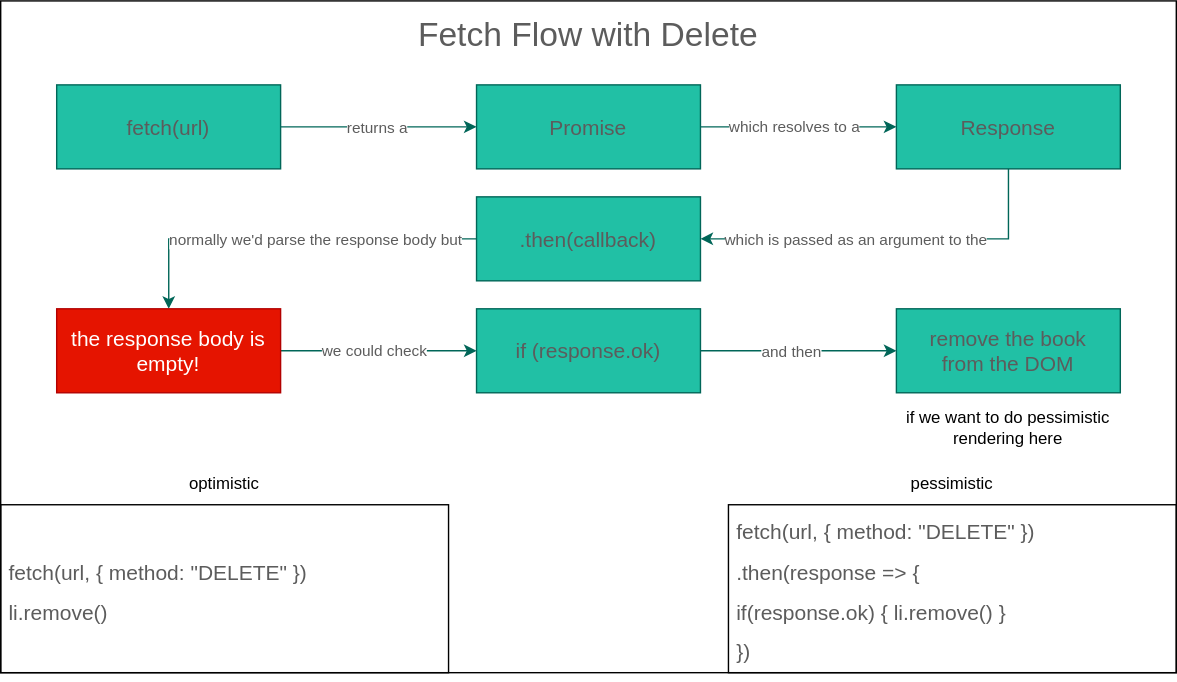
This is 06_PATCH_and_DELETE_Requests/assets/fetch-delete-diagram.drawio.svg from mayowa-aji/SENG-LIVE-112122-Phase-1-JS, a draw.io export, as it was before one commit. Source tidied: cells renumbered, new cells last; positions are measured from the earlier drawing's top-left corner, leaving out a move shared by most shapes. Source of this version:
```xml
<mxGraphModel>
  <root>
    <mxCell id="0" />
    <mxCell id="1" parent="0" />
    <mxCell id="2" style="rounded=0;whiteSpace=wrap;html=1;" parent="1" vertex="1">
      <mxGeometry width="840" height="480" as="geometry" />
    </mxCell>
    <mxCell id="3" style="edgeStyle=orthogonalEdgeStyle;rounded=0;jettySize=auto;html=1;strokeColor=#006658;fontColor=#5C5C5C;fillColor=#21C0A5;" parent="1" edge="1" source="5" target="8">
      <mxGeometry relative="1" as="geometry" />
    </mxCell>
    <mxCell id="4" value="returns a" style="edgeLabel;html=1;align=center;verticalAlign=middle;fontColor=#5C5C5C;" parent="3" vertex="1">
      <mxGeometry x="-0.03" relative="1" as="geometry" />
    </mxCell>
    <mxCell id="5" value="&lt;font style=&quot;font-size: 15px;&quot;&gt;fetch(url)&lt;/font&gt;" style="rounded=0;whiteSpace=wrap;html=1;strokeColor=#006658;fontColor=#5C5C5C;fillColor=#21C0A5;" parent="1" vertex="1">
      <mxGeometry x="40" y="60" width="160" height="60" as="geometry" />
    </mxCell>
    <mxCell id="6" style="edgeStyle=orthogonalEdgeStyle;rounded=0;jettySize=auto;html=1;strokeColor=#006658;fontColor=#5C5C5C;fillColor=#21C0A5;" parent="1" edge="1" source="8" target="11">
      <mxGeometry relative="1" as="geometry" />
    </mxCell>
    <mxCell id="7" value="which resolves to a" style="edgeLabel;html=1;align=center;verticalAlign=middle;fontColor=#5C5C5C;" parent="6" vertex="1">
      <mxGeometry x="-0.05" y="1" relative="1" as="geometry" />
    </mxCell>
    <mxCell id="8" value="&lt;font style=&quot;font-size: 15px;&quot;&gt;Promise&lt;/font&gt;" style="rounded=0;whiteSpace=wrap;html=1;strokeColor=#006658;fontColor=#5C5C5C;fillColor=#21C0A5;" parent="1" vertex="1">
      <mxGeometry x="340" y="60" width="160" height="60" as="geometry" />
    </mxCell>
    <mxCell id="9" style="edgeStyle=orthogonalEdgeStyle;rounded=0;jettySize=auto;html=1;strokeColor=#006658;fontColor=#5C5C5C;fillColor=#21C0A5;" parent="1" edge="1" source="11" target="14">
      <mxGeometry relative="1" as="geometry">
        <Array as="points">
          <mxPoint x="720" y="170" />
        </Array>
      </mxGeometry>
    </mxCell>
    <mxCell id="10" value="which is passed as an argument to the" style="edgeLabel;html=1;align=center;verticalAlign=middle;fontColor=#5C5C5C;" parent="9" vertex="1">
      <mxGeometry x="0.19" relative="1" as="geometry" />
    </mxCell>
    <mxCell id="11" value="&lt;font style=&quot;font-size: 15px;&quot;&gt;Response&lt;/font&gt;" style="rounded=0;whiteSpace=wrap;html=1;strokeColor=#006658;fontColor=#5C5C5C;fillColor=#21C0A5;" parent="1" vertex="1">
      <mxGeometry x="640" y="60" width="160" height="60" as="geometry" />
    </mxCell>
    <mxCell id="12" style="edgeStyle=orthogonalEdgeStyle;rounded=0;jettySize=auto;html=1;strokeColor=#006658;fontColor=#5C5C5C;fillColor=#21C0A5;" parent="1" edge="1" source="14" target="17">
      <mxGeometry relative="1" as="geometry" />
    </mxCell>
    <mxCell id="13" value="normally we'd parse the response body but" style="edgeLabel;html=1;align=center;verticalAlign=middle;fontColor=#5C5C5C;" parent="12" vertex="1">
      <mxGeometry x="-0.14" relative="1" as="geometry" />
    </mxCell>
    <mxCell id="14" value="&lt;font style=&quot;font-size: 15px;&quot;&gt;.then(callback)&lt;/font&gt;" style="rounded=0;whiteSpace=wrap;html=1;strokeColor=#006658;fontColor=#5C5C5C;fillColor=#21C0A5;" parent="1" vertex="1">
      <mxGeometry x="340" y="140" width="160" height="60" as="geometry" />
    </mxCell>
    <mxCell id="15" style="edgeStyle=orthogonalEdgeStyle;rounded=0;jettySize=auto;html=1;strokeColor=#006658;fontColor=#5C5C5C;fillColor=#21C0A5;" parent="1" edge="1" source="17" target="20">
      <mxGeometry relative="1" as="geometry" />
    </mxCell>
    <mxCell id="16" value="we could check&amp;nbsp;" style="edgeLabel;html=1;align=center;verticalAlign=middle;fontColor=#5C5C5C;" parent="15" vertex="1">
      <mxGeometry x="-0.06" y="1" relative="1" as="geometry" />
    </mxCell>
    <mxCell id="17" value="&lt;font style=&quot;font-size: 15px&quot;&gt;the response body is empty!&lt;/font&gt;" style="rounded=0;whiteSpace=wrap;html=1;fillColor=#e51400;fontColor=#ffffff;strokeColor=#B20000;" parent="1" vertex="1">
      <mxGeometry x="40" y="220" width="160" height="60" as="geometry" />
    </mxCell>
    <mxCell id="18" style="edgeStyle=orthogonalEdgeStyle;rounded=0;jettySize=auto;html=1;strokeColor=#006658;fontColor=#5C5C5C;fillColor=#21C0A5;" parent="1" edge="1" source="20" target="21">
      <mxGeometry relative="1" as="geometry" />
    </mxCell>
    <mxCell id="19" value="and then&amp;nbsp;" style="edgeLabel;html=1;align=center;verticalAlign=middle;fontColor=#5C5C5C;" parent="18" vertex="1">
      <mxGeometry x="-0.08" relative="1" as="geometry" />
    </mxCell>
    <mxCell id="20" value="&lt;font style=&quot;font-size: 15px&quot;&gt;if (response.ok)&lt;/font&gt;" style="rounded=0;whiteSpace=wrap;html=1;strokeColor=#006658;fontColor=#5C5C5C;fillColor=#21C0A5;" parent="1" vertex="1">
      <mxGeometry x="340" y="220" width="160" height="60" as="geometry" />
    </mxCell>
    <mxCell id="21" value="&lt;font style=&quot;font-size: 15px&quot;&gt;remove the book &lt;br&gt;from the DOM&lt;/font&gt;" style="rounded=0;whiteSpace=wrap;html=1;strokeColor=#006658;fontColor=#5C5C5C;fillColor=#21C0A5;" parent="1" vertex="1">
      <mxGeometry x="640" y="220" width="160" height="60" as="geometry" />
    </mxCell>
    <mxCell id="22" value="&lt;font style=&quot;font-size: 24px&quot;&gt;Fetch Flow with Delete&lt;/font&gt;" style="text;html=1;strokeColor=none;fillColor=none;align=center;verticalAlign=middle;whiteSpace=wrap;rounded=0;fontSize=15;fontColor=#5C5C5C;" parent="1" vertex="1">
      <mxGeometry width="840" height="50" as="geometry" />
    </mxCell>
    <mxCell id="23" value="&lt;font style=&quot;font-size: 15px&quot;&gt;&lt;br&gt;&amp;nbsp;&amp;nbsp;&lt;br&gt;&lt;br&gt;&lt;br&gt;&lt;/font&gt;" style="text;html=1;strokeColor=default;fillColor=none;align=left;verticalAlign=middle;whiteSpace=wrap;rounded=0;fontSize=24;fontColor=#5C5C5C;perimeterSpacing=2;spacing=6;spacingTop=18;" parent="1" vertex="1">
      <mxGeometry x="520" y="360" width="320" height="120" as="geometry" />
    </mxCell>
    <mxCell id="24" value="&lt;font style=&quot;font-size: 15px&quot;&gt;fetch(url, { method: &quot;DELETE&quot; })&lt;br&gt;&amp;nbsp; .then(response =&amp;gt; {&lt;br&gt;&amp;nbsp; &amp;nbsp; if(response.ok) { li.remove() }&lt;br&gt;&amp;nbsp; })&lt;br&gt;&lt;/font&gt;" style="text;html=1;strokeColor=none;fillColor=none;align=left;verticalAlign=middle;whiteSpace=wrap;rounded=0;fontSize=24;fontColor=#5C5C5C;perimeterSpacing=2;spacing=6;" parent="1" vertex="1">
      <mxGeometry x="520" y="360" width="320" height="120" as="geometry" />
    </mxCell>
    <mxCell id="25" value="if we want to do pessimistic rendering here" style="text;html=1;strokeColor=none;fillColor=none;align=center;verticalAlign=middle;whiteSpace=wrap;rounded=0;" parent="1" vertex="1">
      <mxGeometry x="640" y="290" width="160" height="30" as="geometry" />
    </mxCell>
    <mxCell id="26" value="&lt;font style=&quot;font-size: 15px&quot;&gt;fetch(url, { method: &quot;DELETE&quot; })&lt;br&gt;li.remove()&lt;br&gt;&lt;/font&gt;" style="text;html=1;strokeColor=default;fillColor=none;align=left;verticalAlign=middle;whiteSpace=wrap;rounded=0;fontSize=24;fontColor=#5C5C5C;perimeterSpacing=2;spacing=6;" parent="1" vertex="1">
      <mxGeometry y="360" width="320" height="120" as="geometry" />
    </mxCell>
    <mxCell id="27" value="optimistic" style="text;html=1;strokeColor=none;fillColor=none;align=center;verticalAlign=middle;whiteSpace=wrap;rounded=0;" parent="1" vertex="1">
      <mxGeometry y="330" width="320" height="30" as="geometry" />
    </mxCell>
    <mxCell id="28" value="pessimistic" style="text;html=1;strokeColor=none;fillColor=none;align=center;verticalAlign=middle;whiteSpace=wrap;rounded=0;" parent="1" vertex="1">
      <mxGeometry x="520" y="330" width="320" height="30" as="geometry" />
    </mxCell>
  </root>
</mxGraphModel>
```
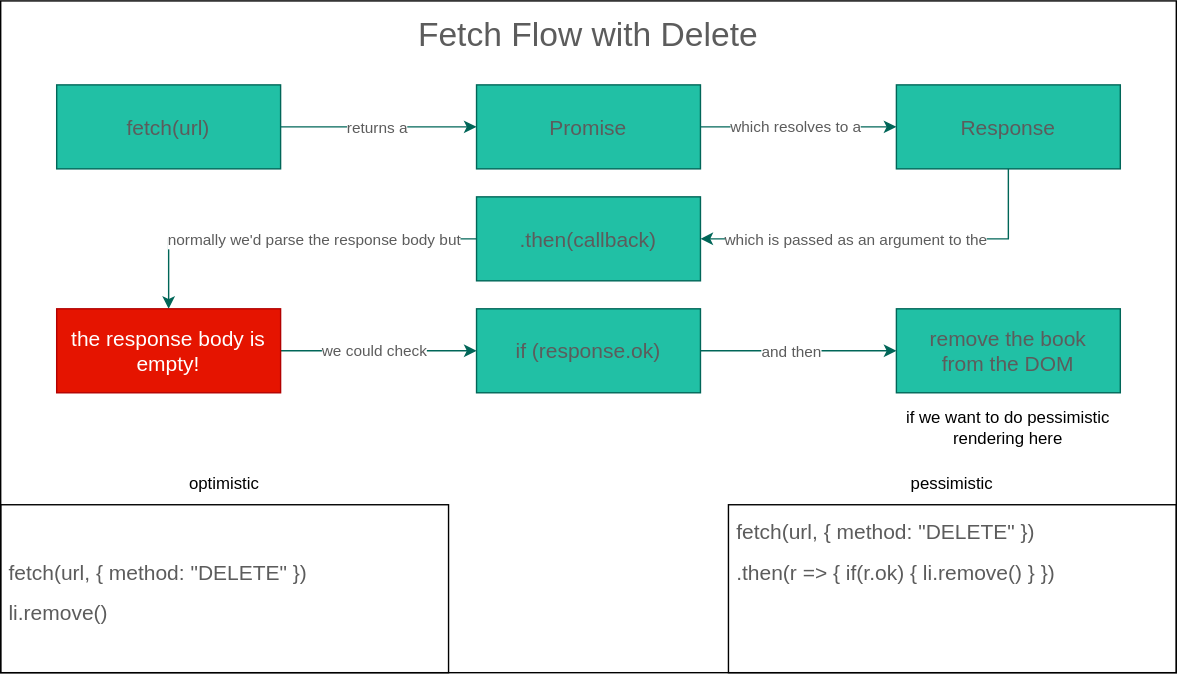
The same diagram one commit later.

Commit message:
update lesson 6 starter

Diff of the diagram source:
```diff
@@ -72,7 +72,7 @@
     <mxCell id="23" value="&lt;font style=&quot;font-size: 15px&quot;&gt;&lt;br&gt;&amp;nbsp;&amp;nbsp;&lt;br&gt;&lt;br&gt;&lt;br&gt;&lt;/font&gt;" style="text;html=1;strokeColor=default;fillColor=none;align=left;verticalAlign=middle;whiteSpace=wrap;rounded=0;fontSize=24;fontColor=#5C5C5C;perimeterSpacing=2;spacing=6;spacingTop=18;" parent="1" vertex="1">
       <mxGeometry x="520" y="360" width="320" height="120" as="geometry" />
     </mxCell>
-    <mxCell id="24" value="&lt;font style=&quot;font-size: 15px&quot;&gt;fetch(url, { method: &quot;DELETE&quot; })&lt;br&gt;&amp;nbsp; .then(response =&amp;gt; {&lt;br&gt;&amp;nbsp; &amp;nbsp; if(response.ok) { li.remove() }&lt;br&gt;&amp;nbsp; })&lt;br&gt;&lt;/font&gt;" style="text;html=1;strokeColor=none;fillColor=none;align=left;verticalAlign=middle;whiteSpace=wrap;rounded=0;fontSize=24;fontColor=#5C5C5C;perimeterSpacing=2;spacing=6;" parent="1" vertex="1">
+    <mxCell id="24" value="&lt;font style=&quot;font-size: 15px&quot;&gt;fetch(url, { method: &quot;DELETE&quot; })&lt;br&gt;&amp;nbsp; .then(r =&amp;gt; {&amp;nbsp;if(r.ok) { li.remove() } })&lt;br&gt;&lt;br&gt;&lt;br&gt;&lt;/font&gt;" style="text;html=1;strokeColor=none;fillColor=none;align=left;verticalAlign=middle;whiteSpace=wrap;rounded=0;fontSize=24;fontColor=#5C5C5C;perimeterSpacing=2;spacing=6;" parent="1" vertex="1">
       <mxGeometry x="520" y="360" width="320" height="120" as="geometry" />
     </mxCell>
     <mxCell id="25" value="if we want to do pessimistic rendering here" style="text;html=1;strokeColor=none;fillColor=none;align=center;verticalAlign=middle;whiteSpace=wrap;rounded=0;" parent="1" vertex="1">
```
